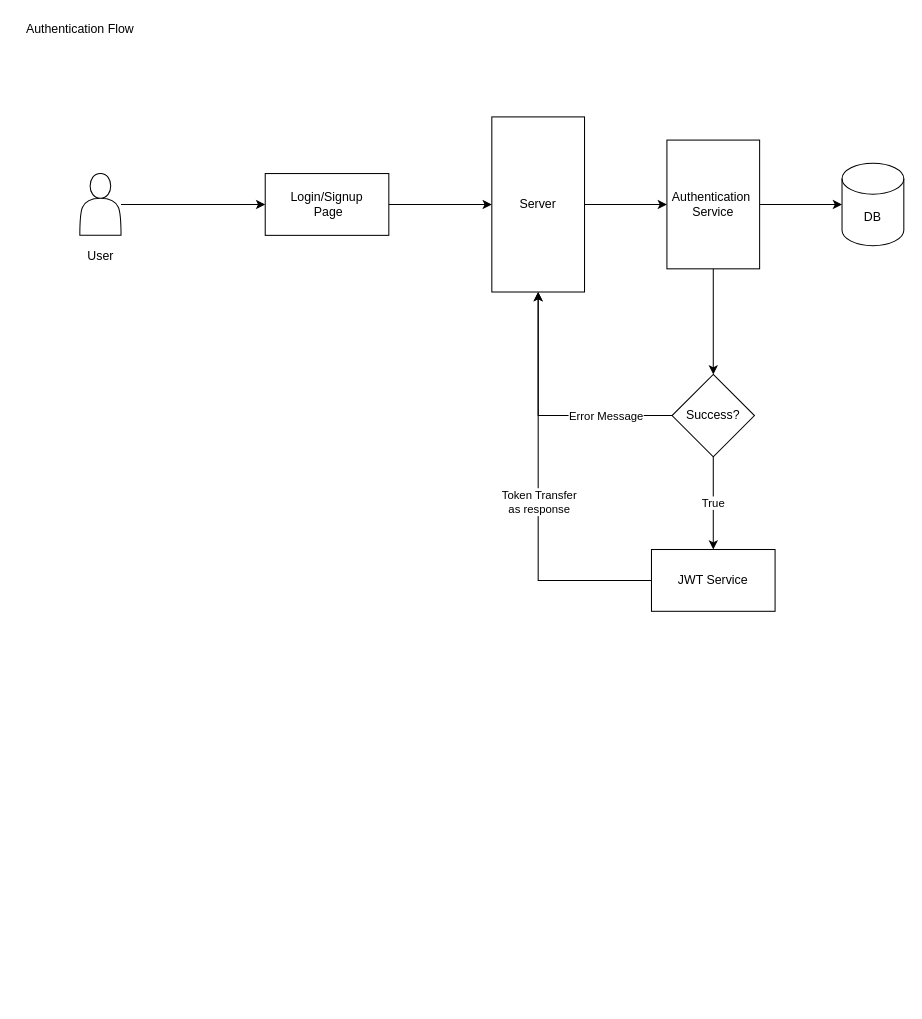
Earlier version of the draw.io diagram page "Authentication" (1 of 2) of Documentation/System Design.drawio (mraniketr/Collaborative-Study-Portal). Source tidied: cells renumbered, new cells numbered last; positions are measured from the earlier drawing's top-left corner, leaving out a move shared by most shapes. Both pictures are drawn from the tidied source at 103%, with x=0, y=0 at pixel (18, 19).
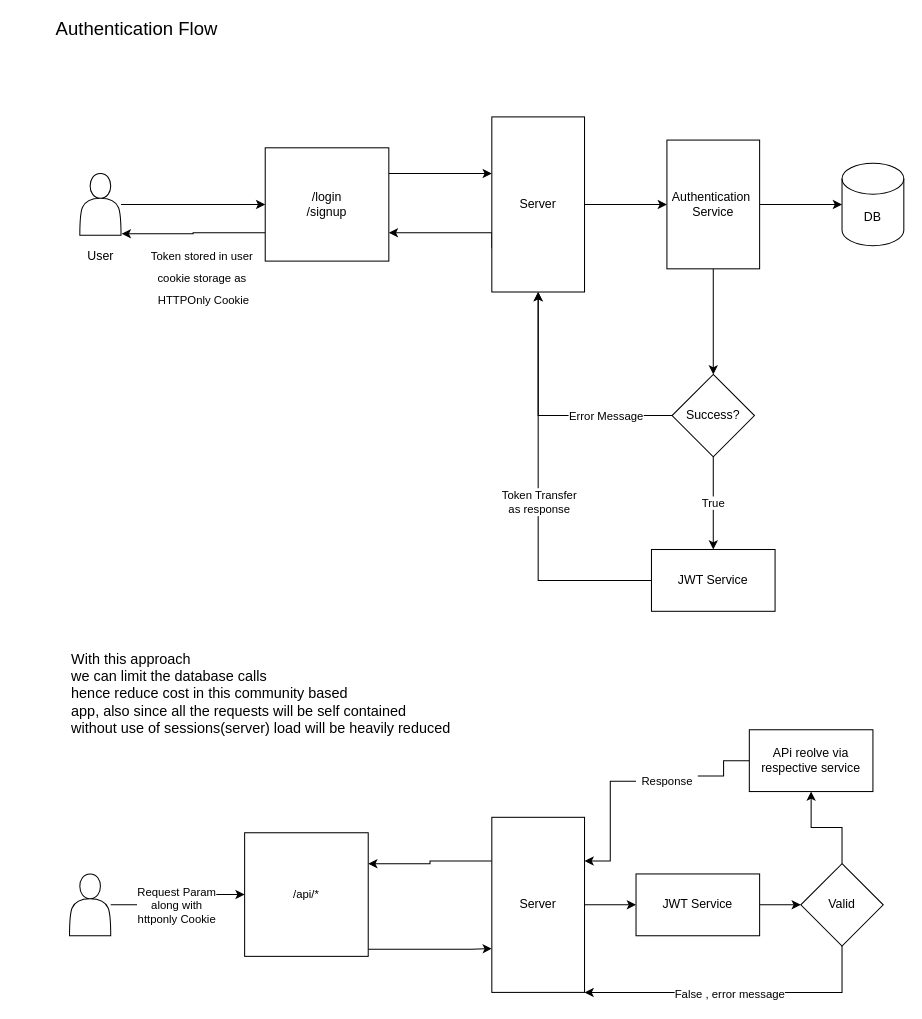
After the change.

The change refers to these unchanged cells:
```xml
<mxCell id="3" style="shape=actor;whiteSpace=wrap;html=1;" parent="1" vertex="1">
  <mxGeometry x="60" y="150" width="40" height="60" as="geometry" />
</mxCell>
<mxCell id="6" value="Server" style="rounded=0;whiteSpace=wrap;html=1;" parent="1" vertex="1">
  <mxGeometry x="460" y="95" width="90" height="170" as="geometry" />
</mxCell>
```

What changed in the source:
```diff
@@
+    <mxCell id="21" style="edgeStyle=orthogonalEdgeStyle;rounded=0;jettySize=auto;html=1;exitX=0;exitY=0.75;exitDx=0;exitDy=0;entryX=1;entryY=0.75;entryDx=0;entryDy=0;fontSize=18;" parent="1" edge="1" source="6" target="8">
+      <mxGeometry relative="1" as="geometry">
+        <Array as="points">
+          <mxPoint x="460" y="207" />
+        </Array>
+      </mxGeometry>
+    </mxCell>
@@
-    <mxCell id="7" style="edgeStyle=orthogonalEdgeStyle;rounded=0;jettySize=auto;html=1;entryX=0;entryY=0.5;entryDx=0;entryDy=0;" parent="1" edge="1" source="8" target="6">
-      <mxGeometry relative="1" as="geometry" />
+    <mxCell id="7" style="edgeStyle=orthogonalEdgeStyle;rounded=0;jettySize=auto;html=1;" parent="1" edge="1" source="8">
+      <mxGeometry relative="1" as="geometry">
+        <mxPoint x="460" y="150" as="targetPoint" />
+        <Array as="points">
+          <mxPoint x="460" y="150" />
+        </Array>
+      </mxGeometry>
     </mxCell>
+    <mxCell id="22" style="edgeStyle=orthogonalEdgeStyle;rounded=0;jettySize=auto;html=1;exitX=0;exitY=0.75;exitDx=0;exitDy=0;entryX=1.017;entryY=0.975;entryDx=0;entryDy=0;entryPerimeter=0;fontSize=18;" parent="1" edge="1" source="8" target="3">
+      <mxGeometry relative="1" as="geometry" />
+    </mxCell>
-    <mxCell id="8" value="Login/Signup&lt;br&gt;&amp;nbsp;Page" style="whiteSpace=wrap;html=1;" parent="1" vertex="1">
-      <mxGeometry x="240" y="150" width="120" height="60" as="geometry" />
+    <mxCell id="8" value="/login&lt;br&gt;/signup" style="whiteSpace=wrap;html=1;" parent="1" vertex="1">
+      <mxGeometry x="240" y="125" width="120" height="110" as="geometry" />
     </mxCell>
@@
-    <mxCell id="20" value="Authentication Flow" style="text;html=1;align=center;verticalAlign=middle;strokeColor=none;fillColor=none;" parent="1" vertex="1">
-      <mxGeometry width="120" height="20" as="geometry" />
+    <mxCell id="20" value="&lt;font style=&quot;font-size: 18px&quot;&gt;Authentication Flow&lt;/font&gt;" style="text;html=1;align=center;verticalAlign=middle;strokeColor=none;fillColor=none;" parent="1" vertex="1">
+      <mxGeometry x="30" width="170" height="20" as="geometry" />
     </mxCell>
+    <mxCell id="23" value="&lt;font style=&quot;font-size: 11px&quot;&gt;Token stored in user&amp;nbsp;&lt;br&gt;cookie storage as&amp;nbsp;&lt;br&gt;HTTPOnly Cookie&lt;br&gt;&lt;/font&gt;" style="text;html=1;align=center;verticalAlign=middle;strokeColor=none;fillColor=none;fontSize=18;" parent="1" vertex="1">
+      <mxGeometry x="120" y="210" width="120" height="80" as="geometry" />
+    </mxCell>
+    <mxCell id="24" style="edgeStyle=orthogonalEdgeStyle;rounded=0;jettySize=auto;html=1;fontSize=11;" parent="1" edge="1" source="26" target="31">
+      <mxGeometry relative="1" as="geometry" />
+    </mxCell>
+    <mxCell id="25" value="Request Param&lt;br&gt;along with &lt;br&gt;httponly Cookie" style="edgeLabel;html=1;align=center;verticalAlign=middle;fontSize=11;" parent="24" vertex="1">
+      <mxGeometry x="-0.3" y="-3" relative="1" as="geometry">
+        <mxPoint x="14" y="-3" as="offset" />
+      </mxGeometry>
+    </mxCell>
+    <mxCell id="26" style="shape=actor;whiteSpace=wrap;html=1;fontSize=11;" parent="1" vertex="1">
+      <mxGeometry x="50" y="830" width="40" height="60" as="geometry" />
+    </mxCell>
+    <mxCell id="27" style="edgeStyle=orthogonalEdgeStyle;rounded=0;jettySize=auto;html=1;entryX=0;entryY=0.5;entryDx=0;entryDy=0;fontSize=11;" parent="1" edge="1" source="29" target="33">
+      <mxGeometry relative="1" as="geometry" />
+    </mxCell>
+    <mxCell id="28" style="edgeStyle=orthogonalEdgeStyle;rounded=0;jettySize=auto;html=1;exitX=0;exitY=0.25;exitDx=0;exitDy=0;entryX=1;entryY=0.25;entryDx=0;entryDy=0;fontSize=11;" parent="1" edge="1" source="29" target="31">
+      <mxGeometry relative="1" as="geometry" />
+    </mxCell>
+    <mxCell id="29" value="Server" style="rounded=0;whiteSpace=wrap;html=1;" parent="1" vertex="1">
+      <mxGeometry x="460" y="775" width="90" height="170" as="geometry" />
+    </mxCell>
+    <mxCell id="30" style="edgeStyle=orthogonalEdgeStyle;rounded=0;jettySize=auto;html=1;entryX=0;entryY=0.75;entryDx=0;entryDy=0;fontSize=11;" parent="1" edge="1" source="31" target="29">
+      <mxGeometry relative="1" as="geometry">
+        <Array as="points">
+          <mxPoint x="440" y="903" />
+          <mxPoint x="440" y="903" />
+        </Array>
+      </mxGeometry>
+    </mxCell>
+    <mxCell id="31" value="/api/*" style="whiteSpace=wrap;html=1;fontSize=11;" parent="1" vertex="1">
+      <mxGeometry x="220" y="790" width="120" height="120" as="geometry" />
+    </mxCell>
+    <mxCell id="32" style="edgeStyle=orthogonalEdgeStyle;rounded=0;jettySize=auto;html=1;fontSize=11;" parent="1" edge="1" source="33" target="37">
+      <mxGeometry relative="1" as="geometry" />
+    </mxCell>
+    <mxCell id="33" value="JWT Service" style="whiteSpace=wrap;html=1;rounded=0;" parent="1" vertex="1">
+      <mxGeometry x="600" y="830" width="120" height="60" as="geometry" />
+    </mxCell>
+    <mxCell id="34" style="edgeStyle=orthogonalEdgeStyle;rounded=0;jettySize=auto;html=1;entryX=1;entryY=1;entryDx=0;entryDy=0;fontSize=11;" parent="1" edge="1" source="37" target="29">
+      <mxGeometry relative="1" as="geometry">
+        <Array as="points">
+          <mxPoint x="800" y="945" />
+        </Array>
+      </mxGeometry>
+    </mxCell>
+    <mxCell id="35" value="False , error message" style="edgeLabel;html=1;align=center;verticalAlign=middle;fontSize=11;" parent="34" vertex="1">
+      <mxGeometry x="0.05" y="1" relative="1" as="geometry" />
+    </mxCell>
+    <mxCell id="36" style="edgeStyle=orthogonalEdgeStyle;rounded=0;jettySize=auto;html=1;fontSize=11;" parent="1" edge="1" source="37" target="39">
+      <mxGeometry relative="1" as="geometry" />
+    </mxCell>
+    <mxCell id="37" value="Valid" style="rhombus;whiteSpace=wrap;html=1;rounded=0;" parent="1" vertex="1">
+      <mxGeometry x="760" y="820" width="80" height="80" as="geometry" />
+    </mxCell>
+    <mxCell id="38" style="edgeStyle=orthogonalEdgeStyle;rounded=0;jettySize=auto;html=1;entryX=1;entryY=0.25;entryDx=0;entryDy=0;fontSize=11;startArrow=none;" parent="1" edge="1" source="40" target="29">
+      <mxGeometry relative="1" as="geometry" />
+    </mxCell>
+    <mxCell id="39" value="APi reolve via respective service" style="whiteSpace=wrap;html=1;rounded=0;" parent="1" vertex="1">
+      <mxGeometry x="710" y="690" width="120" height="60" as="geometry" />
+    </mxCell>
+    <mxCell id="40" value="Response" style="text;html=1;align=center;verticalAlign=middle;points=[];strokeColor=none;fillColor=none;fontSize=11;" parent="1" vertex="1">
+      <mxGeometry x="600" y="730" width="60" height="20" as="geometry" />
+    </mxCell>
+    <mxCell id="41" style="edgeStyle=orthogonalEdgeStyle;rounded=0;jettySize=auto;html=1;entryX=1;entryY=0.25;entryDx=0;entryDy=0;fontSize=11;endArrow=none;" parent="1" edge="1" source="39" target="40">
+      <mxGeometry relative="1" as="geometry" />
+    </mxCell>
+    <mxCell id="42" value="&lt;font style=&quot;font-size: 14px&quot;&gt;With this approach&amp;nbsp;&lt;br&gt;we can limit the database calls&lt;br&gt;hence reduce cost in this community based&lt;br&gt;app, also since all the requests will be self contained&amp;nbsp;&lt;br&gt;without use of sessions(server) load will be heavily reduced&lt;/font&gt;" style="text;html=1;align=left;verticalAlign=middle;strokeColor=none;fillColor=none;fontSize=11;" parent="1" vertex="1">
+      <mxGeometry x="50" y="620" width="380" height="70" as="geometry" />
+    </mxCell>
```
